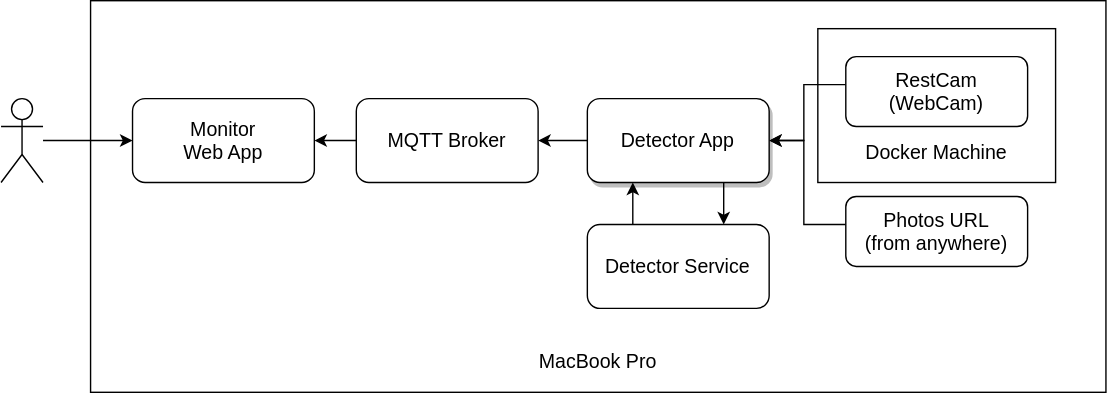
The draw.io diagram architecture.svg in brightzheng100/vi-people-counting-example, before a commit. Source tidied: cells renumbered, new cells last; positions are measured from the earlier drawing's top-left corner, leaving out a move shared by most shapes. The source it was exported from:
```xml
<mxGraphModel>
  <root>
    <mxCell id="0" />
    <mxCell id="1" parent="0" />
    <mxCell id="2" value="&lt;br&gt;&lt;br&gt;&lt;br&gt;&lt;br&gt;&lt;br&gt;&lt;br&gt;&lt;br&gt;&lt;br&gt;&lt;br&gt;&lt;br&gt;&lt;br&gt;&lt;br&gt;&lt;br&gt;&lt;br&gt;MacBook Pro" style="rounded=0;whiteSpace=wrap;html=1;fontSize=14;" parent="1" vertex="1">
      <mxGeometry x="64" width="726" height="280" as="geometry" />
    </mxCell>
    <mxCell id="3" value="&lt;br&gt;&lt;br&gt;&lt;br&gt;&lt;br&gt;Docker Machine" style="rounded=0;whiteSpace=wrap;html=1;fontSize=14;" parent="1" vertex="1">
      <mxGeometry x="584" y="20" width="170" height="110" as="geometry" />
    </mxCell>
    <mxCell id="4" style="edgeStyle=orthogonalEdgeStyle;rounded=0;jettySize=auto;html=1;exitX=0.25;exitY=0;exitDx=0;exitDy=0;entryX=0.25;entryY=1;entryDx=0;entryDy=0;fontSize=14;" parent="1" edge="1" source="5" target="13">
      <mxGeometry relative="1" as="geometry" />
    </mxCell>
    <mxCell id="5" value="Detector Service" style="rounded=1;whiteSpace=wrap;html=1;fontSize=14;fontStyle=0;" parent="1" vertex="1">
      <mxGeometry x="419.2" y="160" width="130" height="60" as="geometry" />
    </mxCell>
    <mxCell id="6" style="edgeStyle=orthogonalEdgeStyle;rounded=0;jettySize=auto;html=1;entryX=1;entryY=0.5;entryDx=0;entryDy=0;fontSize=14;" parent="1" edge="1" source="7" target="8">
      <mxGeometry relative="1" as="geometry" />
    </mxCell>
    <mxCell id="7" value="MQTT Broker" style="rounded=1;whiteSpace=wrap;html=1;fontSize=14;" parent="1" vertex="1">
      <mxGeometry x="254" y="70" width="130" height="60" as="geometry" />
    </mxCell>
    <mxCell id="8" value="Monitor&lt;br&gt;Web App" style="rounded=1;whiteSpace=wrap;html=1;fontSize=14;" parent="1" vertex="1">
      <mxGeometry x="94" y="70" width="130" height="60" as="geometry" />
    </mxCell>
    <mxCell id="9" style="edgeStyle=orthogonalEdgeStyle;rounded=0;jettySize=auto;html=1;entryX=1;entryY=0.5;entryDx=0;entryDy=0;fontSize=14;" parent="1" edge="1" source="10" target="13">
      <mxGeometry relative="1" as="geometry">
        <Array as="points">
          <mxPoint x="574" y="60" />
          <mxPoint x="574" y="100" />
        </Array>
      </mxGeometry>
    </mxCell>
    <mxCell id="10" value="RestCam&lt;br&gt;(WebCam)" style="rounded=1;whiteSpace=wrap;html=1;fontSize=14;" parent="1" vertex="1">
      <mxGeometry x="604" y="40" width="130" height="50" as="geometry" />
    </mxCell>
    <mxCell id="11" style="edgeStyle=orthogonalEdgeStyle;rounded=0;jettySize=auto;html=1;exitX=0;exitY=0.5;exitDx=0;exitDy=0;entryX=1;entryY=0.5;entryDx=0;entryDy=0;fontSize=14;" parent="1" edge="1" source="13" target="7">
      <mxGeometry relative="1" as="geometry" />
    </mxCell>
    <mxCell id="12" style="edgeStyle=orthogonalEdgeStyle;rounded=0;jettySize=auto;html=1;exitX=0.75;exitY=1;exitDx=0;exitDy=0;entryX=0.75;entryY=0;entryDx=0;entryDy=0;fontSize=14;" parent="1" edge="1" source="13" target="5">
      <mxGeometry relative="1" as="geometry" />
    </mxCell>
    <mxCell id="13" value="Detector App" style="rounded=1;whiteSpace=wrap;html=1;fontSize=14;shadow=1;fontStyle=0;" parent="1" vertex="1">
      <mxGeometry x="419.2" y="70" width="130" height="60" as="geometry" />
    </mxCell>
    <mxCell id="14" style="edgeStyle=orthogonalEdgeStyle;rounded=0;jettySize=auto;html=1;entryX=1;entryY=0.5;entryDx=0;entryDy=0;fontSize=14;" parent="1" edge="1" source="15" target="13">
      <mxGeometry relative="1" as="geometry">
        <Array as="points">
          <mxPoint x="574" y="160" />
          <mxPoint x="574" y="100" />
        </Array>
      </mxGeometry>
    </mxCell>
    <mxCell id="15" value="Photos URL&lt;br&gt;(from anywhere)" style="rounded=1;whiteSpace=wrap;html=1;fontSize=14;" parent="1" vertex="1">
      <mxGeometry x="604" y="140" width="130" height="50" as="geometry" />
    </mxCell>
    <mxCell id="16" style="edgeStyle=orthogonalEdgeStyle;rounded=0;jettySize=auto;html=1;entryX=0;entryY=0.5;entryDx=0;entryDy=0;" parent="1" edge="1" source="17" target="8">
      <mxGeometry relative="1" as="geometry" />
    </mxCell>
    <mxCell id="17" style="shape=umlActor;verticalLabelPosition=bottom;labelBackgroundColor=#ffffff;verticalAlign=top;html=1;outlineConnect=0;" parent="1" vertex="1">
      <mxGeometry y="70" width="30" height="60" as="geometry" />
    </mxCell>
  </root>
</mxGraphModel>
```
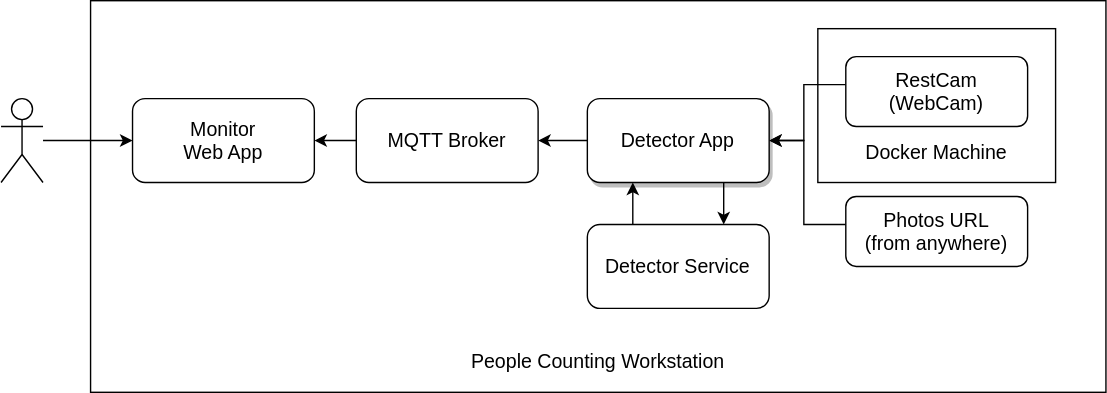
Above is the later version.

Commit message:
update architecture diagram

Diff of the diagram source:
```diff
@@ -2,7 +2,7 @@
   <root>
     <mxCell id="0" />
     <mxCell id="1" parent="0" />
-    <mxCell id="2" value="&lt;br&gt;&lt;br&gt;&lt;br&gt;&lt;br&gt;&lt;br&gt;&lt;br&gt;&lt;br&gt;&lt;br&gt;&lt;br&gt;&lt;br&gt;&lt;br&gt;&lt;br&gt;&lt;br&gt;&lt;br&gt;MacBook Pro" style="rounded=0;whiteSpace=wrap;html=1;fontSize=14;" parent="1" vertex="1">
+    <mxCell id="2" value="&lt;br&gt;&lt;br&gt;&lt;br&gt;&lt;br&gt;&lt;br&gt;&lt;br&gt;&lt;br&gt;&lt;br&gt;&lt;br&gt;&lt;br&gt;&lt;br&gt;&lt;br&gt;&lt;br&gt;&lt;br&gt;People Counting Workstation" style="rounded=0;whiteSpace=wrap;html=1;fontSize=14;" parent="1" vertex="1">
       <mxGeometry x="64" width="726" height="280" as="geometry" />
     </mxCell>
     <mxCell id="3" value="&lt;br&gt;&lt;br&gt;&lt;br&gt;&lt;br&gt;Docker Machine" style="rounded=0;whiteSpace=wrap;html=1;fontSize=14;" parent="1" vertex="1">
```
